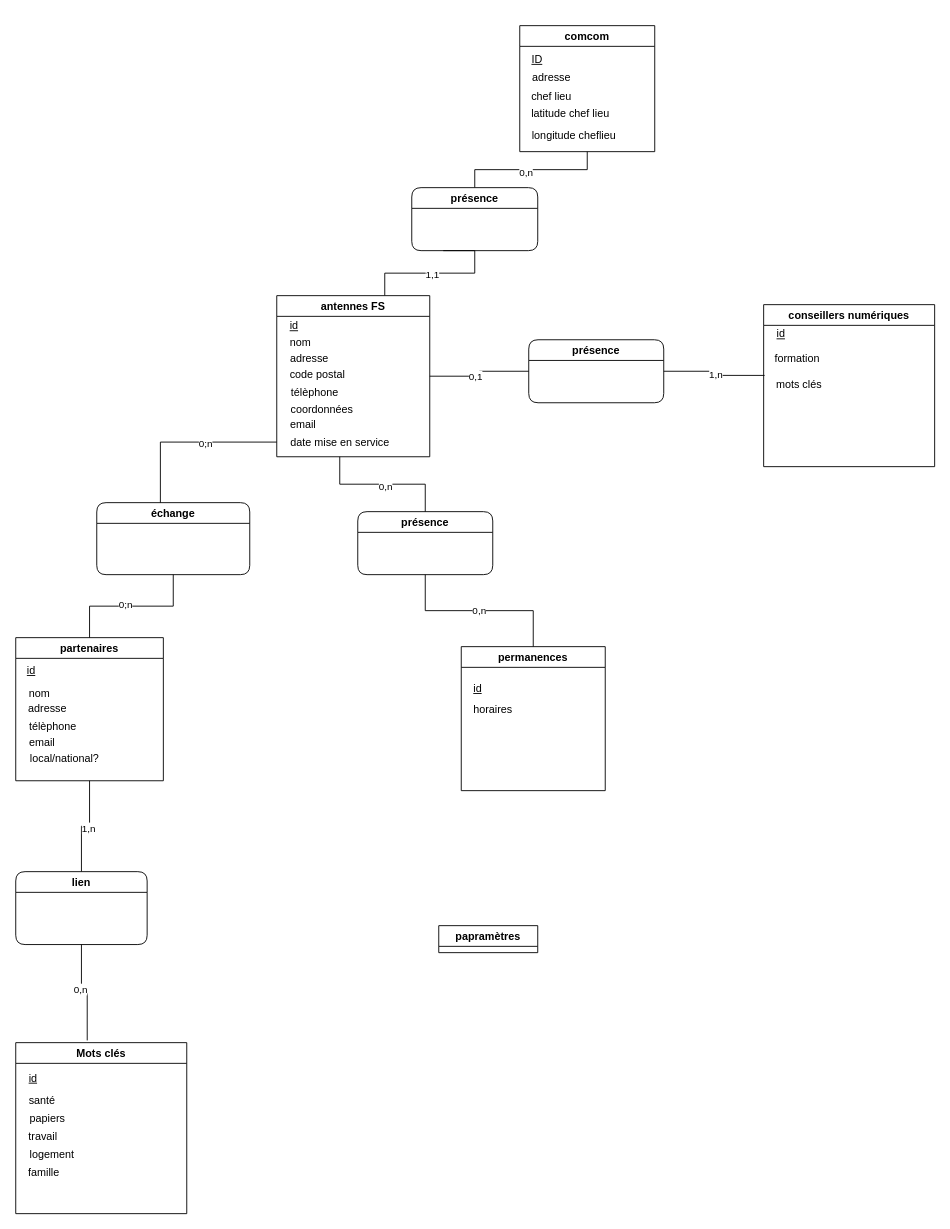
Before: Diagramme sans nom.drawio in Papinius/mcp, a draw.io diagram. Source tidied: cells renumbered, new cells numbered last; positions are measured from the earlier drawing's top-left corner, leaving out a move shared by most shapes. Both pictures are drawn from the tidied source at 90%, with x=0, y=0 at pixel (15, 25).
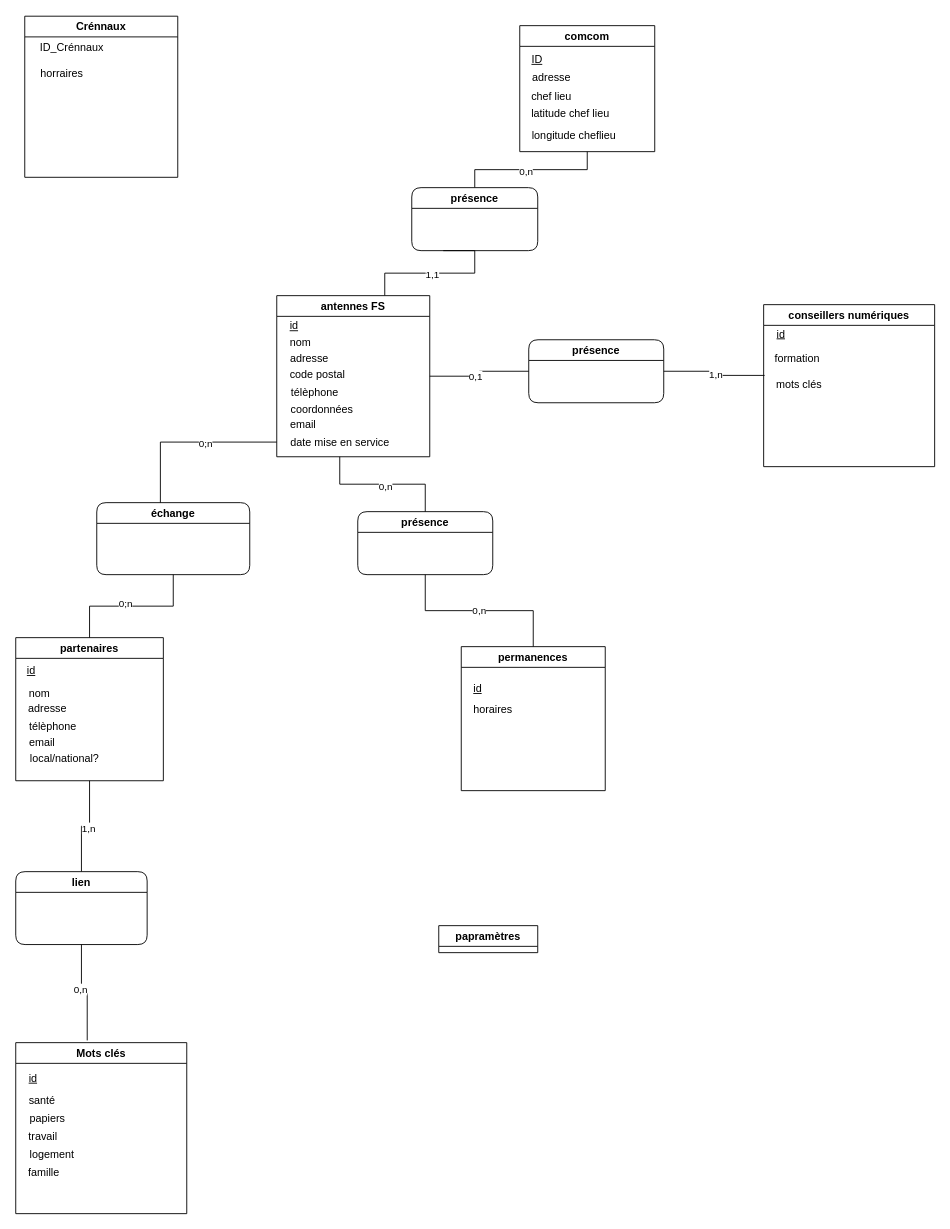
Above is the later version.

Commit message:
Mettre à jour Diagramme sans nom.drawio

The edit, as a diff of the source:
```diff
@@
+    <mxCell id="63" value="Crénnaux" style="swimlane;whiteSpace=wrap;html=1;" parent="1" vertex="1">
+      <mxGeometry x="10" y="-10.5" width="170" height="179" as="geometry" />
+    </mxCell>
+    <mxCell id="64" value="ID_Crénnaux" style="text;html=1;align=center;verticalAlign=middle;strokeColor=none;fillColor=none;" parent="63" vertex="1">
+      <mxGeometry x="2" y="20.5" width="100" height="30" as="geometry" />
+    </mxCell>
+    <mxCell id="65" value="horraires" style="text;html=1;align=center;verticalAlign=middle;strokeColor=none;fillColor=none;" parent="1" vertex="1">
+      <mxGeometry x="16" y="39" width="70" height="30" as="geometry" />
+    </mxCell>
```
